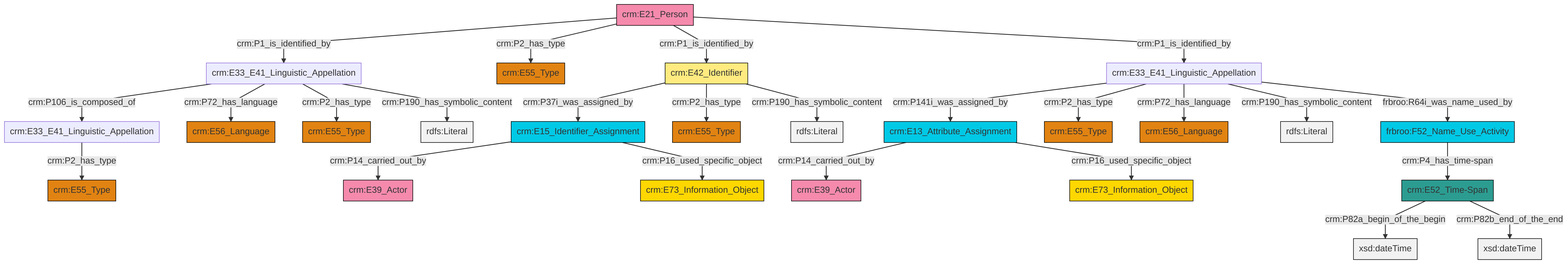
This is et/personCSV/ttl/mmd/png/Person_Names_and_Classification.png from swiss-art-research-net/reference-data-models, a Mermaid export, as it was before one commit. Its source is kept beside it as et/personCSV/ttl/mmd/Person_Names_and_Classification.ttl.mmd.
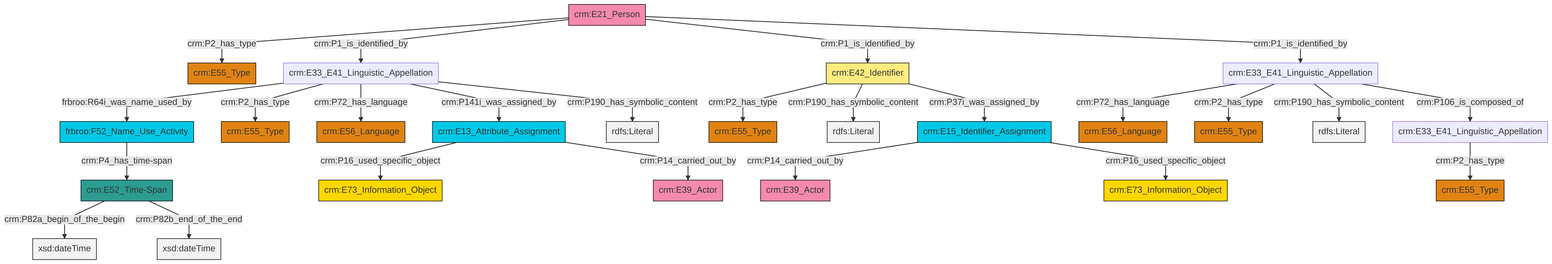
After the change.

Change to the diagram source:
```diff
@@ -13,27 +13,27 @@
 classDef PC_Classes fill:#4ce600, stroke:#000000;
 classDef Multi fill:#cccccc,stroke:#000000;
 
-0["crm:E52_Time-Span"]:::Time-Span -->|crm:P82a_begin_of_the_begin| 1[xsd:dateTime]:::Literal
-2["crm:E21_Person"]:::Actor -->|crm:P1_is_identified_by| 3["crm:E33_E41_Linguistic_Appellation"]:::Default
-4["crm:E33_E41_Linguistic_Appellation"]:::Default -->|crm:P141i_was_assigned_by| 5["crm:E13_Attribute_Assignment"]:::Temporal_Entity
-2["crm:E21_Person"]:::Actor -->|crm:P2_has_type| 6["crm:E55_Type"]:::Type
-4["crm:E33_E41_Linguistic_Appellation"]:::Default -->|crm:P2_has_type| 7["crm:E55_Type"]:::Type
-2["crm:E21_Person"]:::Actor -->|crm:P1_is_identified_by| 10["crm:E42_Identifier"]:::Appellation
-11["frbroo:F52_Name_Use_Activity"]:::Temporal_Entity -->|crm:P4_has_time-span| 0["crm:E52_Time-Span"]:::Time-Span
-3["crm:E33_E41_Linguistic_Appellation"]:::Default -->|crm:P106_is_composed_of| 14["crm:E33_E41_Linguistic_Appellation"]:::Default
-2["crm:E21_Person"]:::Actor -->|crm:P1_is_identified_by| 4["crm:E33_E41_Linguistic_Appellation"]:::Default
-3["crm:E33_E41_Linguistic_Appellation"]:::Default -->|crm:P72_has_language| 16["crm:E56_Language"]:::Type
-4["crm:E33_E41_Linguistic_Appellation"]:::Default -->|crm:P72_has_language| 17["crm:E56_Language"]:::Type
-0["crm:E52_Time-Span"]:::Time-Span -->|crm:P82b_end_of_the_end| 19[xsd:dateTime]:::Literal
-4["crm:E33_E41_Linguistic_Appellation"]:::Default -->|crm:P190_has_symbolic_content| 22[rdfs:Literal]:::Literal
-23["crm:E15_Identifier_Assignment"]:::Temporal_Entity -->|crm:P14_carried_out_by| 24["crm:E39_Actor"]:::Actor
-5["crm:E13_Attribute_Assignment"]:::Temporal_Entity -->|crm:P14_carried_out_by| 27["crm:E39_Actor"]:::Actor
-10["crm:E42_Identifier"]:::Appellation -->|crm:P37i_was_assigned_by| 23["crm:E15_Identifier_Assignment"]:::Temporal_Entity
-10["crm:E42_Identifier"]:::Appellation -->|crm:P2_has_type| 8["crm:E55_Type"]:::Type
-10["crm:E42_Identifier"]:::Appellation -->|crm:P190_has_symbolic_content| 30[rdfs:Literal]:::Literal
-14["crm:E33_E41_Linguistic_Appellation"]:::Default -->|crm:P2_has_type| 12["crm:E55_Type"]:::Type
-4["crm:E33_E41_Linguistic_Appellation"]:::Default -->|frbroo:R64i_was_name_used_by| 11["frbroo:F52_Name_Use_Activity"]:::Temporal_Entity
-3["crm:E33_E41_Linguistic_Appellation"]:::Default -->|crm:P2_has_type| 35["crm:E55_Type"]:::Type
-5["crm:E13_Attribute_Assignment"]:::Temporal_Entity -->|crm:P16_used_specific_object| 20["crm:E73_Information_Object"]:::Conceptual_Object
-3["crm:E33_E41_Linguistic_Appellation"]:::Default -->|crm:P190_has_symbolic_content| 38[rdfs:Literal]:::Literal
-23["crm:E15_Identifier_Assignment"]:::Temporal_Entity -->|crm:P16_used_specific_object| 40["crm:E73_Information_Object"]:::Conceptual_Object
+4["crm:E21_Person"]:::Actor -->|crm:P2_has_type| 5["crm:E55_Type"]:::Type
+10["crm:E33_E41_Linguistic_Appellation"]:::Default -->|frbroo:R64i_was_name_used_by| 11["frbroo:F52_Name_Use_Activity"]:::Temporal_Entity
+10["crm:E33_E41_Linguistic_Appellation"]:::Default -->|crm:P2_has_type| 12["crm:E55_Type"]:::Type
+17["crm:E15_Identifier_Assignment"]:::Temporal_Entity -->|crm:P14_carried_out_by| 18["crm:E39_Actor"]:::Actor
+21["crm:E52_Time-Span"]:::Time-Span -->|crm:P82a_begin_of_the_begin| 22[xsd:dateTime]:::Literal
+4["crm:E21_Person"]:::Actor -->|crm:P1_is_identified_by| 10["crm:E33_E41_Linguistic_Appellation"]:::Default
+23["crm:E13_Attribute_Assignment"]:::Temporal_Entity -->|crm:P16_used_specific_object| 2["crm:E73_Information_Object"]:::Conceptual_Object
+13["crm:E33_E41_Linguistic_Appellation"]:::Default -->|crm:P72_has_language| 15["crm:E56_Language"]:::Type
+4["crm:E21_Person"]:::Actor -->|crm:P1_is_identified_by| 24["crm:E42_Identifier"]:::Appellation
+10["crm:E33_E41_Linguistic_Appellation"]:::Default -->|crm:P72_has_language| 19["crm:E56_Language"]:::Type
+24["crm:E42_Identifier"]:::Appellation -->|crm:P2_has_type| 6["crm:E55_Type"]:::Type
+17["crm:E15_Identifier_Assignment"]:::Temporal_Entity -->|crm:P16_used_specific_object| 27["crm:E73_Information_Object"]:::Conceptual_Object
+24["crm:E42_Identifier"]:::Appellation -->|crm:P190_has_symbolic_content| 28[rdfs:Literal]:::Literal
+21["crm:E52_Time-Span"]:::Time-Span -->|crm:P82b_end_of_the_end| 30[xsd:dateTime]:::Literal
+10["crm:E33_E41_Linguistic_Appellation"]:::Default -->|crm:P141i_was_assigned_by| 23["crm:E13_Attribute_Assignment"]:::Temporal_Entity
+24["crm:E42_Identifier"]:::Appellation -->|crm:P37i_was_assigned_by| 17["crm:E15_Identifier_Assignment"]:::Temporal_Entity
+31["crm:E33_E41_Linguistic_Appellation"]:::Default -->|crm:P2_has_type| 32["crm:E55_Type"]:::Type
+13["crm:E33_E41_Linguistic_Appellation"]:::Default -->|crm:P2_has_type| 0["crm:E55_Type"]:::Type
+4["crm:E21_Person"]:::Actor -->|crm:P1_is_identified_by| 13["crm:E33_E41_Linguistic_Appellation"]:::Default
+10["crm:E33_E41_Linguistic_Appellation"]:::Default -->|crm:P190_has_symbolic_content| 37[rdfs:Literal]:::Literal
+13["crm:E33_E41_Linguistic_Appellation"]:::Default -->|crm:P190_has_symbolic_content| 39[rdfs:Literal]:::Literal
+23["crm:E13_Attribute_Assignment"]:::Temporal_Entity -->|crm:P14_carried_out_by| 8["crm:E39_Actor"]:::Actor
+13["crm:E33_E41_Linguistic_Appellation"]:::Default -->|crm:P106_is_composed_of| 31["crm:E33_E41_Linguistic_Appellation"]:::Default
+11["frbroo:F52_Name_Use_Activity"]:::Temporal_Entity -->|crm:P4_has_time-span| 21["crm:E52_Time-Span"]:::Time-Span
```
